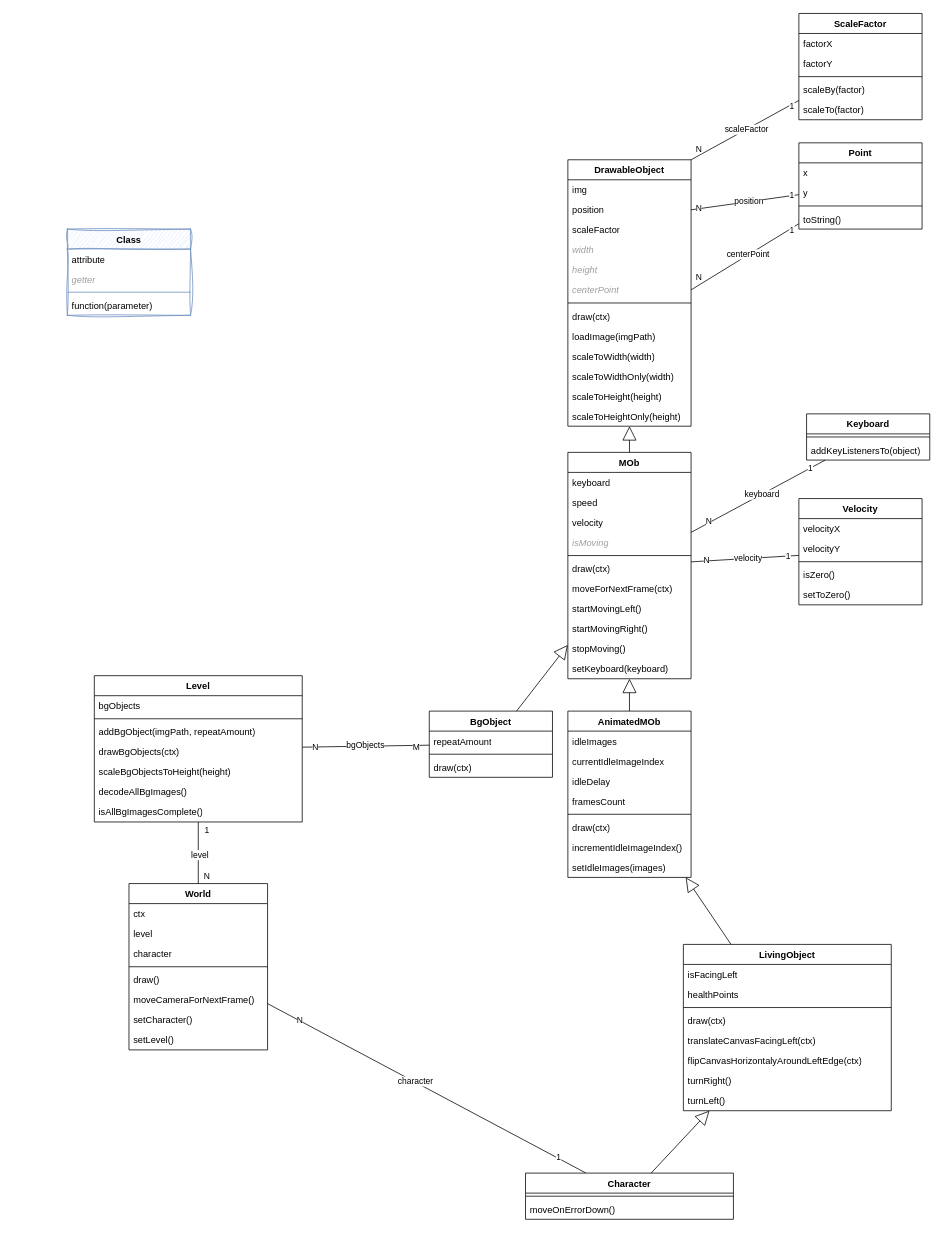
Before: uml/Sharky-ClassDiagram.drawio in ReinhardWansch/Sharky-DeveloperAkademie, a draw.io diagram. Source tidied: cells renumbered, new cells numbered last; positions are measured from the earlier drawing's top-left corner, leaving out a move shared by most shapes. Both pictures are drawn from the tidied source at 77%, with x=0, y=0 at pixel (67, 13).
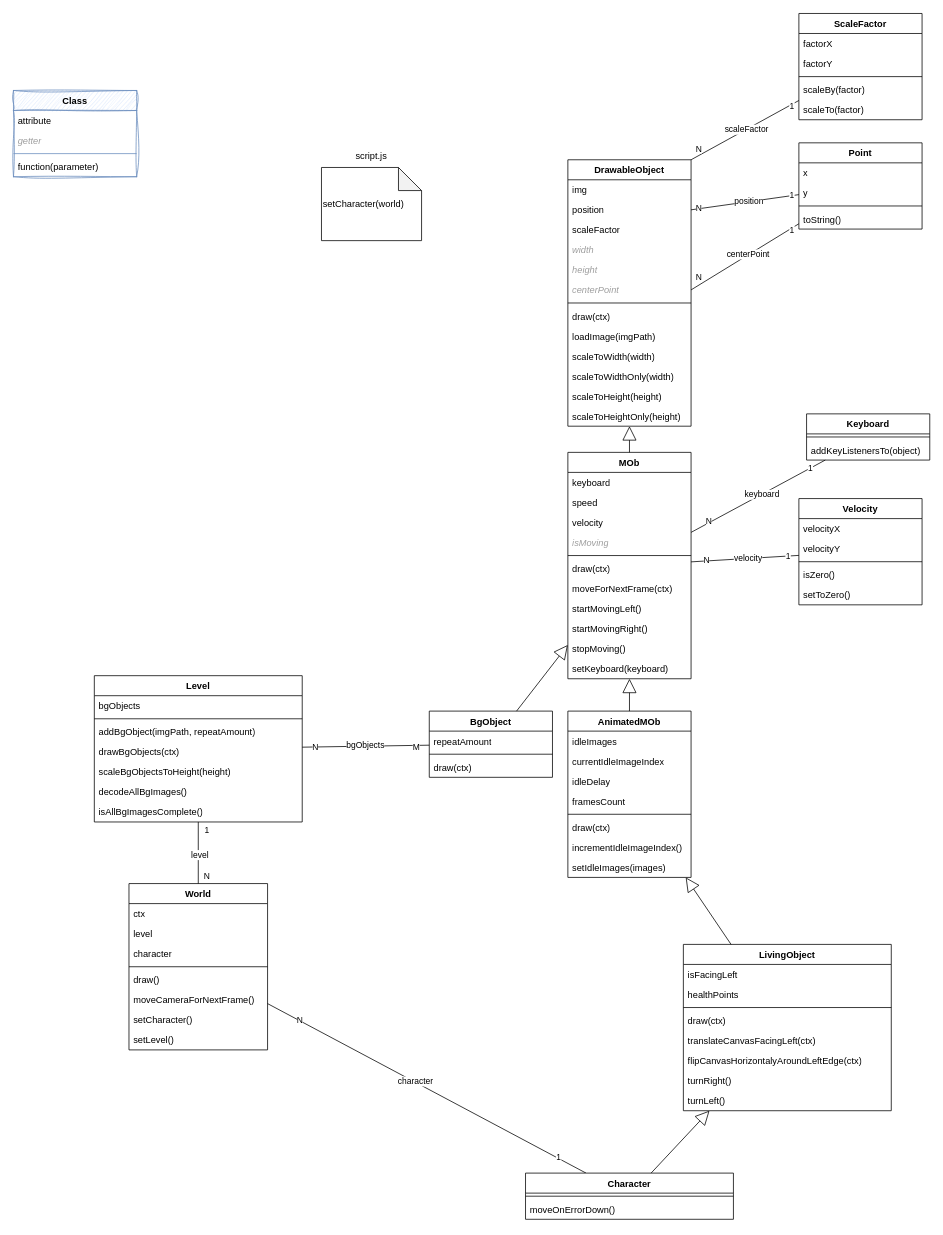
The same page after the edit.

Commit message (it also covers changes not shown here):
setCharacter(world) from World to script.js

What changed in the source:
```diff
@@
     <mxCell id="97" value="Class" style="swimlane;fontStyle=1;align=center;verticalAlign=top;horizontal=1;startSize=26;whiteSpace=wrap;html=1;sketch=1;curveFitting=1;jiggle=2;fillColor=#dae8fc;strokeColor=#6c8ebf;" parent="1" vertex="1">
-      <mxGeometry y="280" width="160" height="112" as="geometry" />
+      <mxGeometry x="-70" y="100" width="160" height="112" as="geometry" />
     </mxCell>
@@
+    <mxCell id="132" style="group;" parent="1" vertex="1">
+      <mxGeometry x="330" y="170" width="130" height="125" as="geometry" />
+    </mxCell>
+    <mxCell id="133" value="script.js" style="text;html=1;align=center;verticalAlign=middle;whiteSpace=wrap;rounded=0;" parent="132" vertex="1">
+      <mxGeometry width="130" height="30" as="geometry" />
+    </mxCell>
+    <mxCell id="134" value="setCharacter(world)" style="shape=note;whiteSpace=wrap;html=1;backgroundOutline=1;darkOpacity=0.05;align=left;" parent="132" vertex="1">
+      <mxGeometry y="30" width="130" height="95" as="geometry" />
+    </mxCell>
```
